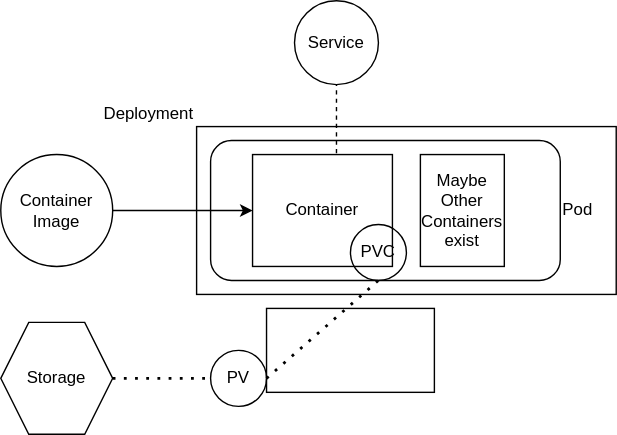
The draw.io diagram img/k8s-app.svg in anabaral/azure-etude, before a commit. Source tidied: cells renumbered, new cells last; positions are measured from the earlier drawing's top-left corner, leaving out a move shared by most shapes. Source of this version:
```xml
<mxGraphModel>
  <root>
    <mxCell id="0" />
    <mxCell id="1" parent="0" />
    <mxCell id="2" value="Deployment" style="rounded=0;whiteSpace=wrap;html=1;align=right;verticalAlign=bottom;labelPosition=left;verticalLabelPosition=top;" parent="1" vertex="1">
      <mxGeometry x="140" y="90" width="300" height="120" as="geometry" />
    </mxCell>
    <mxCell id="3" value="Pod" style="rounded=1;whiteSpace=wrap;html=1;shadow=0;strokeColor=#000000;strokeWidth=1;fillColor=none;labelPosition=right;verticalLabelPosition=middle;align=left;verticalAlign=middle;" parent="1" vertex="1">
      <mxGeometry x="150" y="100" width="250" height="100" as="geometry" />
    </mxCell>
    <mxCell id="4" value="Container&lt;br&gt;Image" style="ellipse;whiteSpace=wrap;html=1;" parent="1" vertex="1">
      <mxGeometry y="110" width="80" height="80" as="geometry" />
    </mxCell>
    <mxCell id="5" value="Container" style="rounded=0;whiteSpace=wrap;html=1;" parent="1" vertex="1">
      <mxGeometry x="180" y="110" width="100" height="80" as="geometry" />
    </mxCell>
    <mxCell id="6" value="Service" style="ellipse;whiteSpace=wrap;html=1;" parent="1" vertex="1">
      <mxGeometry x="210" width="60" height="60" as="geometry" />
    </mxCell>
    <mxCell id="7" style="endArrow=none;dashed=1;html=1;entryX=0.5;entryY=1;entryDx=0;entryDy=0;exitX=0.6;exitY=-0.012;exitDx=0;exitDy=0;exitPerimeter=0;" parent="1" edge="1" source="5" target="6">
      <mxGeometry relative="1" as="geometry" />
    </mxCell>
    <mxCell id="8" style="endArrow=classic;html=1;exitX=1;exitY=0.5;exitDx=0;exitDy=0;entryX=0;entryY=0.5;entryDx=0;entryDy=0;" parent="1" edge="1" source="4" target="5">
      <mxGeometry relative="1" as="geometry" />
    </mxCell>
    <mxCell id="9" value="Maybe&lt;br&gt;Other&lt;br&gt;Containers&lt;br&gt;exist" style="rounded=0;whiteSpace=wrap;html=1;" parent="1" vertex="1">
      <mxGeometry x="300" y="110" width="60" height="80" as="geometry" />
    </mxCell>
    <mxCell id="10" value="Storage" style="shape=hexagon;perimeter=hexagonPerimeter2;whiteSpace=wrap;html=1;fixedSize=1;shadow=0;strokeWidth=1;fillColor=none;" parent="1" vertex="1">
      <mxGeometry y="230" width="80" height="80" as="geometry" />
    </mxCell>
    <mxCell id="11" value="PV" style="ellipse;whiteSpace=wrap;html=1;shadow=0;strokeColor=#000000;strokeWidth=1;fillColor=none;" parent="1" vertex="1">
      <mxGeometry x="150" y="250" width="40" height="40" as="geometry" />
    </mxCell>
    <mxCell id="12" value="PVC" style="ellipse;whiteSpace=wrap;html=1;shadow=0;strokeColor=#000000;strokeWidth=1;fillColor=none;" parent="1" vertex="1">
      <mxGeometry x="250" y="160" width="40" height="40" as="geometry" />
    </mxCell>
    <mxCell id="13" style="endArrow=none;dashed=1;html=1;dashPattern=1 3;strokeWidth=2;entryX=0.5;entryY=1;entryDx=0;entryDy=0;exitX=1;exitY=0.5;exitDx=0;exitDy=0;" parent="1" edge="1" source="11" target="12">
      <mxGeometry relative="1" as="geometry" />
    </mxCell>
    <mxCell id="14" style="endArrow=none;dashed=1;html=1;dashPattern=1 3;strokeWidth=2;exitX=1;exitY=0.5;exitDx=0;exitDy=0;entryX=0;entryY=0.5;entryDx=0;entryDy=0;" parent="1" edge="1" source="10" target="11">
      <mxGeometry relative="1" as="geometry" />
    </mxCell>
    <mxCell id="15" style="rounded=0;whiteSpace=wrap;html=1;shadow=0;strokeColor=#000000;strokeWidth=1;fillColor=none;" parent="1" vertex="1">
      <mxGeometry x="190" y="220" width="120" height="60" as="geometry" />
    </mxCell>
  </root>
</mxGraphModel>
```
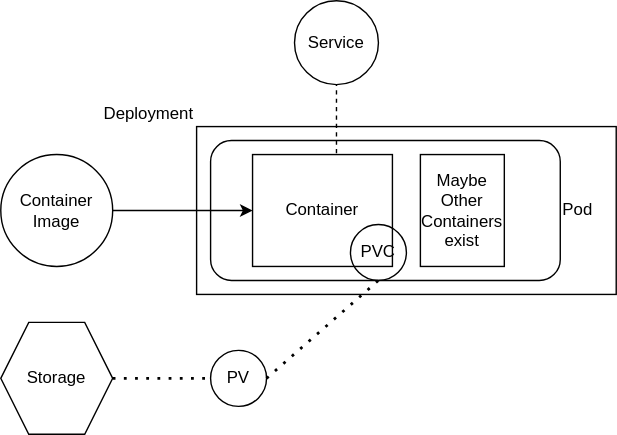
Above is the later version.

What changed in the source:
```diff
@@ -41,8 +41,5 @@
     <mxCell id="14" style="endArrow=none;dashed=1;html=1;dashPattern=1 3;strokeWidth=2;exitX=1;exitY=0.5;exitDx=0;exitDy=0;entryX=0;entryY=0.5;entryDx=0;entryDy=0;" parent="1" edge="1" source="10" target="11">
       <mxGeometry relative="1" as="geometry" />
     </mxCell>
-    <mxCell id="15" style="rounded=0;whiteSpace=wrap;html=1;shadow=0;strokeColor=#000000;strokeWidth=1;fillColor=none;" parent="1" vertex="1">
-      <mxGeometry x="190" y="220" width="120" height="60" as="geometry" />
-    </mxCell>
   </root>
 </mxGraphModel>
```
